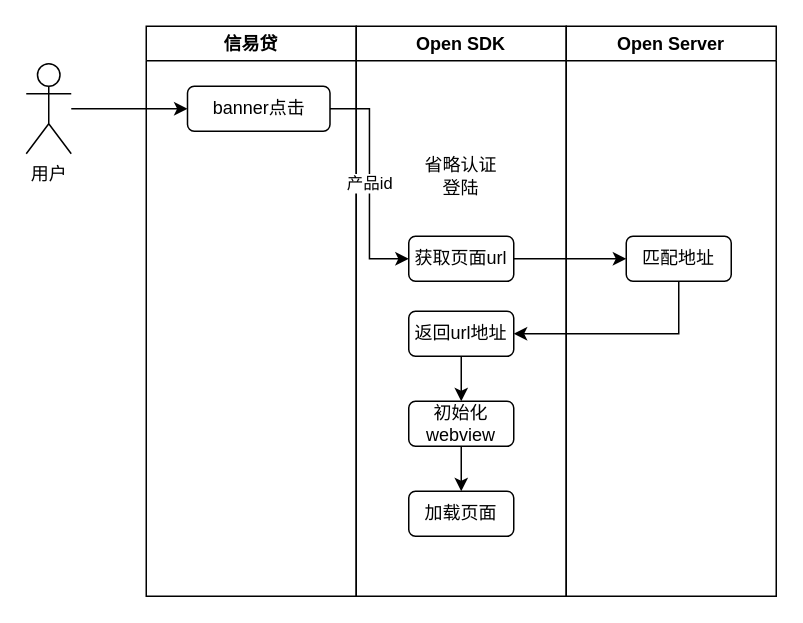
Earlier version of the draw.io diagram page "第 5 页" (5 of 7) of doc/未命名绘图.drawio (shushanfx/nfile). Source tidied: cells renumbered, new cells numbered last; positions are measured from the earlier drawing's top-left corner, leaving out a move shared by most shapes. Both pictures are drawn from the tidied source at 150%, with x=0, y=0 at pixel (26, 26).
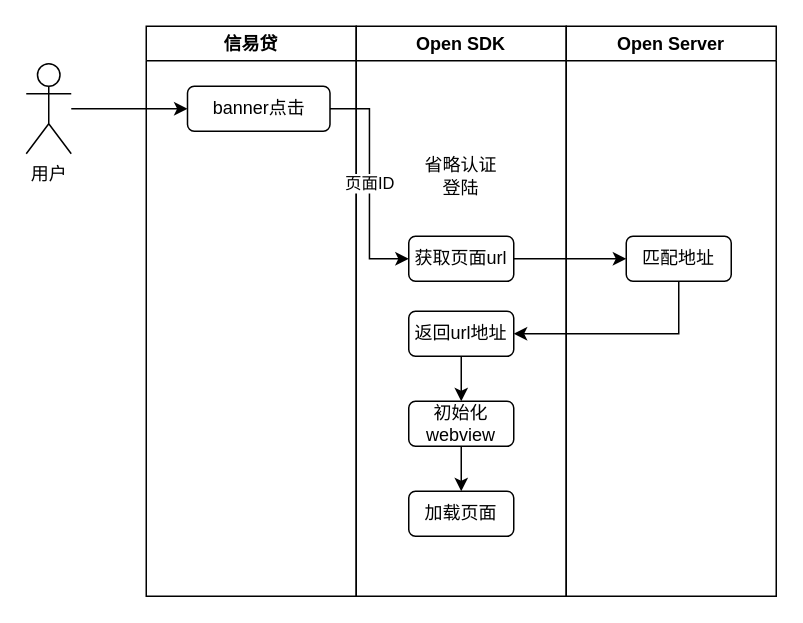
Above is the later version.

Unchanged cells that the change refers to:
```xml
<mxCell id="3" value="banner点击" style="rounded=1;whiteSpace=wrap;html=1;" parent="2" vertex="1">
  <mxGeometry x="27.5" y="40" width="95" height="30" as="geometry" />
</mxCell>
<mxCell id="6" value="获取页面url" style="rounded=1;whiteSpace=wrap;html=1;" parent="4" vertex="1">
  <mxGeometry x="35" y="140" width="70" height="30" as="geometry" />
</mxCell>
```

Diff of the diagram source:
```diff
@@
-    <mxCell id="16" value="产品id" style="edgeStyle=orthogonalEdgeStyle;rounded=0;jettySize=auto;html=1;entryX=0;entryY=0.5;entryDx=0;entryDy=0;" parent="1" edge="1" source="3" target="6">
+    <mxCell id="16" value="页面ID" style="edgeStyle=orthogonalEdgeStyle;rounded=0;jettySize=auto;html=1;entryX=0;entryY=0.5;entryDx=0;entryDy=0;" parent="1" edge="1" source="3" target="6">
       <mxGeometry relative="1" as="geometry" />
     </mxCell>
```
